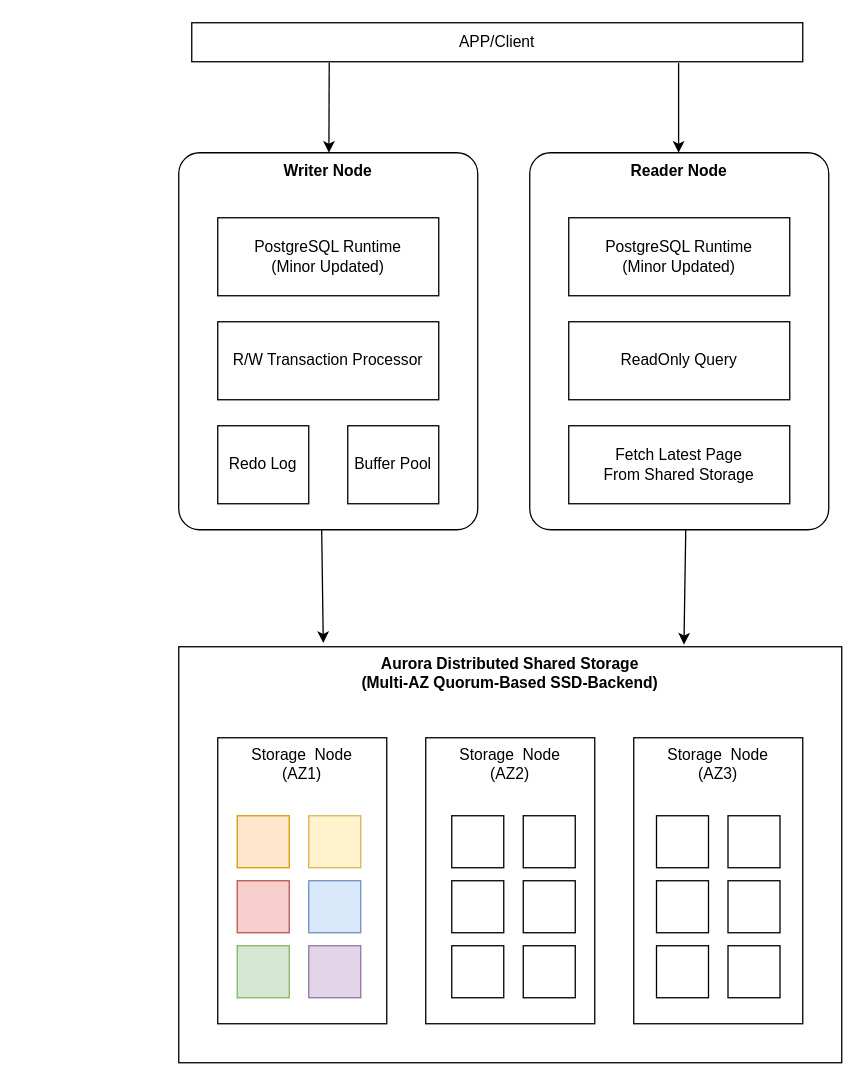
gengjie/aws_architecture keeps this draw.io diagram as Aurora Architecture.drawio. Above is the earlier version. Source tidied: cells renumbered, new cells numbered last; positions are measured from the earlier drawing's top-left corner, leaving out a move shared by most shapes. Both pictures are drawn from the tidied source at 130%, with x=0, y=0 at pixel (178, 22).
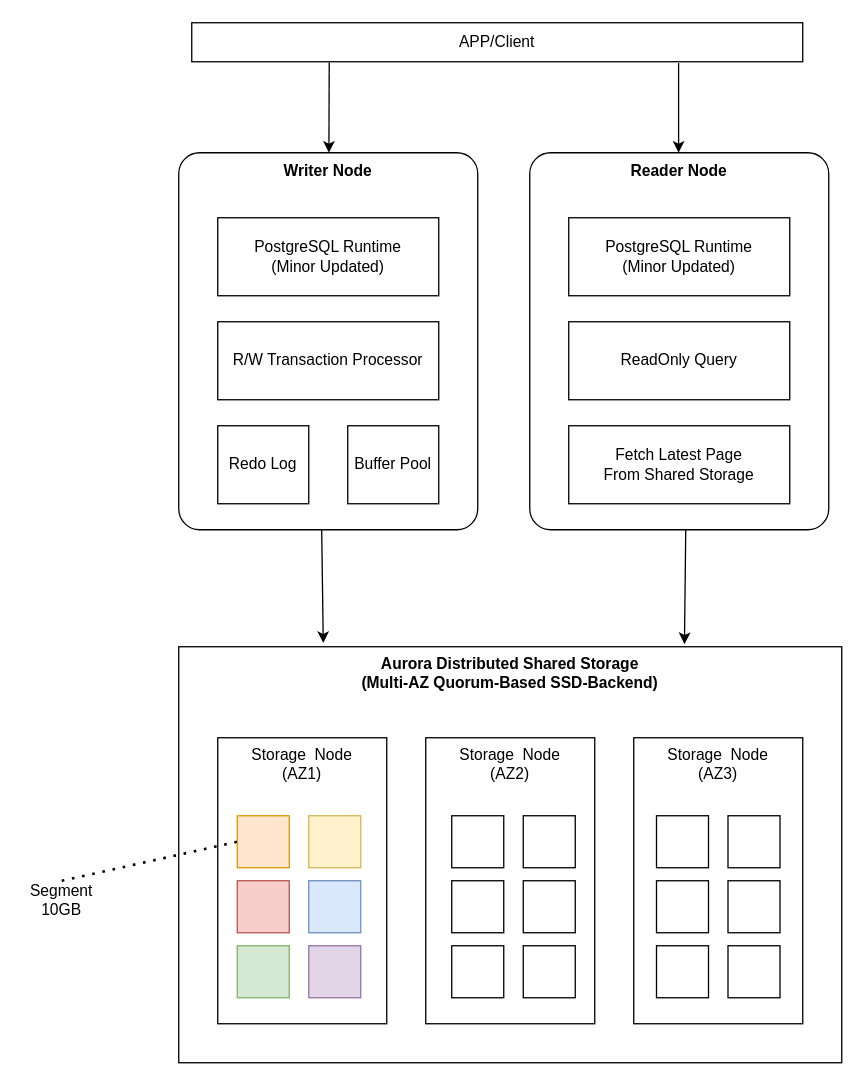
The same page after the edit.

Unchanged cells that the change refers to:
```xml
<mxCell id="12" value="Aurora Distributed Shared Storage&lt;br&gt;(Multi-AZ Quorum-Based SSD-Backend)" style="rounded=0;whiteSpace=wrap;html=1;verticalAlign=top;fontStyle=1;" parent="1" vertex="1">
  <mxGeometry y="480" width="510" height="320" as="geometry" />
</mxCell>
<mxCell id="18" style="whiteSpace=wrap;html=1;fillColor=#ffe6cc;strokeColor=#d79b00;" parent="1" vertex="1">
  <mxGeometry x="45" y="610" width="40" height="40" as="geometry" />
</mxCell>
```

Diff of the diagram source:
```diff
@@
-    <mxCell id="37" style="endArrow=classic;html=1;rounded=0;entryX=0.762;entryY=-0.005;entryDx=0;entryDy=0;entryPerimeter=0;" parent="1" edge="1" target="12">
+    <mxCell id="37" style="endArrow=classic;html=1;rounded=0;" parent="1" edge="1">
       <mxGeometry relative="1" as="geometry">
         <mxPoint x="390" y="390" as="sourcePoint" />
+        <mxPoint x="389" y="478" as="targetPoint" />
       </mxGeometry>
     </mxCell>
+    <mxCell id="38" value="Segment&lt;br&gt;10GB" style="text;html=1;align=center;verticalAlign=middle;whiteSpace=wrap;rounded=0;" parent="1" vertex="1">
+      <mxGeometry x="-120" y="660" width="60" height="30" as="geometry" />
+    </mxCell>
+    <mxCell id="39" style="endArrow=none;dashed=1;html=1;dashPattern=1 3;strokeWidth=2;rounded=0;exitX=0.5;exitY=0;exitDx=0;exitDy=0;entryX=0;entryY=0.5;entryDx=0;entryDy=0;" parent="1" edge="1" source="38" target="18">
+      <mxGeometry relative="1" as="geometry" />
+    </mxCell>
```
